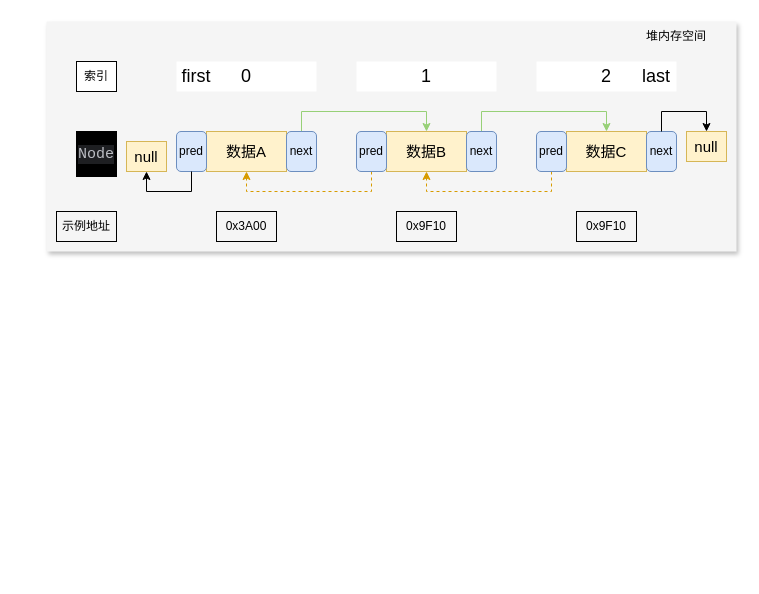
qingyunlyp/resource keeps this draw.io diagram as LinkedList-structure.drawio. Above is the earlier version. Source tidied: cells renumbered, new cells numbered last; positions are measured from the earlier drawing's top-left corner, leaving out a move shared by most shapes. Both pictures are drawn from the tidied source at 100%, with x=0, y=0 at pixel (46, 21).
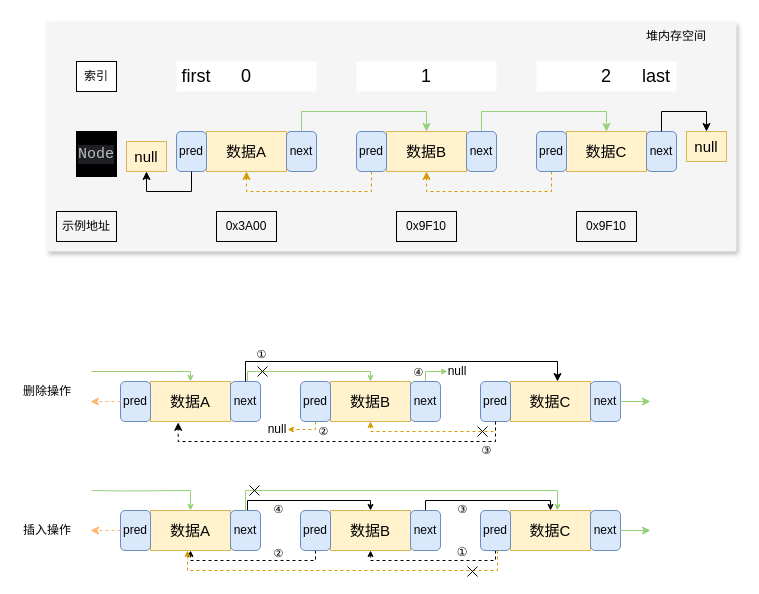
After the change.

The edit, as a diff of the source:
```diff
@@
+    <mxCell id="36" style="edgeStyle=orthogonalEdgeStyle;rounded=0;jettySize=auto;html=1;entryX=0.5;entryY=0;entryDx=0;entryDy=0;strokeColor=#97D077;exitX=0.5;exitY=0;exitDx=0;exitDy=0;strokeWidth=1;endSize=4;" parent="1" edge="1" source="49" target="43">
+      <mxGeometry relative="1" as="geometry">
+        <Array as="points">
+          <mxPoint x="201" y="360" />
+          <mxPoint x="201" y="350" />
+          <mxPoint x="324" y="350" />
+        </Array>
+      </mxGeometry>
+    </mxCell>
+    <mxCell id="37" style="edgeStyle=orthogonalEdgeStyle;rounded=0;jettySize=auto;html=1;strokeColor=#d79b00;dashed=1;exitX=0.5;exitY=1;exitDx=0;exitDy=0;fillColor=#ffe6cc;entryX=1;entryY=0.5;entryDx=0;entryDy=0;endSize=4;" parent="1" edge="1" source="44" target="64">
+      <mxGeometry relative="1" as="geometry">
+        <Array as="points">
+          <mxPoint x="269" y="408" />
+        </Array>
+      </mxGeometry>
+    </mxCell>
+    <mxCell id="38" value="②" style="edgeLabel;html=1;align=center;verticalAlign=middle;" parent="37" vertex="1">
+      <mxGeometry x="-0.67" y="-1" relative="1" as="geometry">
+        <mxPoint x="8" y="3" as="offset" />
+      </mxGeometry>
+    </mxCell>
+    <mxCell id="39" style="edgeStyle=orthogonalEdgeStyle;rounded=0;jettySize=auto;html=1;strokeColor=#97D077;exitX=0.5;exitY=0;exitDx=0;exitDy=0;endSize=4;" parent="1" edge="1" source="45">
+      <mxGeometry relative="1" as="geometry">
+        <mxPoint x="401" y="350" as="targetPoint" />
+        <Array as="points">
+          <mxPoint x="379" y="350" />
+        </Array>
+      </mxGeometry>
+    </mxCell>
+    <mxCell id="40" value="④" style="edgeLabel;html=1;align=center;verticalAlign=middle;" parent="39" vertex="1">
+      <mxGeometry x="-0.04" y="1" relative="1" as="geometry">
+        <mxPoint x="-13" y="1" as="offset" />
+      </mxGeometry>
+    </mxCell>
+    <mxCell id="41" style="edgeStyle=orthogonalEdgeStyle;rounded=0;jettySize=auto;html=1;entryX=0.5;entryY=1;entryDx=0;entryDy=0;strokeColor=#d79b00;dashed=1;exitX=0.5;exitY=1;exitDx=0;exitDy=0;fillColor=#ffe6cc;endSize=4;" parent="1" edge="1" source="52" target="43">
+      <mxGeometry relative="1" as="geometry">
+        <Array as="points">
+          <mxPoint x="449" y="410" />
+          <mxPoint x="324" y="410" />
+        </Array>
+      </mxGeometry>
+    </mxCell>
+    <mxCell id="42" style="group;fontSize=18;" parent="1" vertex="1">
+      <mxGeometry x="254" y="360" width="140" height="40" as="geometry" />
+    </mxCell>
+    <mxCell id="43" value="&lt;font style=&quot;font-size: 15px;&quot;&gt;数据B&lt;/font&gt;" style="rounded=0;whiteSpace=wrap;html=1;fillColor=#fff2cc;strokeColor=#d6b656;" parent="42" vertex="1">
+      <mxGeometry x="30" width="80" height="40" as="geometry" />
+    </mxCell>
+    <mxCell id="44" value="pred" style="rounded=1;whiteSpace=wrap;html=1;fillColor=#dae8fc;strokeColor=#6c8ebf;" parent="42" vertex="1">
+      <mxGeometry width="30" height="40" as="geometry" />
+    </mxCell>
+    <mxCell id="45" value="next" style="rounded=1;whiteSpace=wrap;html=1;fillColor=#dae8fc;strokeColor=#6c8ebf;" parent="42" vertex="1">
+      <mxGeometry x="110" width="30" height="40" as="geometry" />
+    </mxCell>
+    <mxCell id="46" style="group;fontSize=18;" parent="1" vertex="1">
+      <mxGeometry x="74" y="360" width="140" height="40" as="geometry" />
+    </mxCell>
+    <mxCell id="47" value="&lt;font style=&quot;font-size: 15px;&quot;&gt;数据A&lt;/font&gt;" style="rounded=0;whiteSpace=wrap;html=1;fillColor=#fff2cc;strokeColor=#d6b656;" parent="46" vertex="1">
+      <mxGeometry x="30" width="80" height="40" as="geometry" />
+    </mxCell>
+    <mxCell id="48" value="pred" style="rounded=1;whiteSpace=wrap;html=1;fillColor=#dae8fc;strokeColor=#6c8ebf;" parent="46" vertex="1">
+      <mxGeometry width="30" height="40" as="geometry" />
+    </mxCell>
+    <mxCell id="49" value="next" style="rounded=1;whiteSpace=wrap;html=1;fillColor=#dae8fc;strokeColor=#6c8ebf;" parent="46" vertex="1">
+      <mxGeometry x="110" width="30" height="40" as="geometry" />
+    </mxCell>
+    <mxCell id="50" style="group;fontSize=18;" parent="1" vertex="1">
+      <mxGeometry x="434" y="360" width="140" height="40" as="geometry" />
+    </mxCell>
+    <mxCell id="51" value="&lt;font style=&quot;font-size: 15px;&quot;&gt;数据C&lt;/font&gt;" style="rounded=0;whiteSpace=wrap;html=1;fillColor=#fff2cc;strokeColor=#d6b656;" parent="50" vertex="1">
+      <mxGeometry x="30" width="80" height="40" as="geometry" />
+    </mxCell>
+    <mxCell id="52" value="pred" style="rounded=1;whiteSpace=wrap;html=1;fillColor=#dae8fc;strokeColor=#6c8ebf;" parent="50" vertex="1">
+      <mxGeometry width="30" height="40" as="geometry" />
+    </mxCell>
+    <mxCell id="53" value="next" style="rounded=1;whiteSpace=wrap;html=1;fillColor=#dae8fc;strokeColor=#6c8ebf;" parent="50" vertex="1">
+      <mxGeometry x="110" width="30" height="40" as="geometry" />
+    </mxCell>
+    <mxCell id="54" style="edgeStyle=orthogonalEdgeStyle;rounded=0;jettySize=auto;html=1;strokeColor=#97D077;" parent="1" edge="1" source="53">
+      <mxGeometry relative="1" as="geometry">
+        <mxPoint x="604" y="380" as="targetPoint" />
+        <Array as="points">
+          <mxPoint x="604" y="380" />
+        </Array>
+      </mxGeometry>
+    </mxCell>
+    <mxCell id="55" style="edgeStyle=orthogonalEdgeStyle;rounded=0;jettySize=auto;html=1;exitX=0;exitY=0.5;exitDx=0;exitDy=0;dashed=1;strokeColor=#FFB570;" parent="1" edge="1" source="48">
+      <mxGeometry relative="1" as="geometry">
+        <mxPoint x="44" y="380" as="targetPoint" />
+      </mxGeometry>
+    </mxCell>
+    <mxCell id="56" style="edgeStyle=orthogonalEdgeStyle;rounded=0;jettySize=auto;html=1;entryX=0.5;entryY=0;entryDx=0;entryDy=0;strokeColor=#97D077;endSize=4;" parent="1" edge="1" target="47">
+      <mxGeometry relative="1" as="geometry">
+        <mxPoint x="45" y="350" as="sourcePoint" />
+        <Array as="points">
+          <mxPoint x="45" y="350" />
+          <mxPoint x="144" y="350" />
+        </Array>
+      </mxGeometry>
+    </mxCell>
+    <mxCell id="57" style="edgeStyle=orthogonalEdgeStyle;rounded=0;orthogonalLoop=1;jettySize=auto;html=1;" parent="1" edge="1">
+      <mxGeometry relative="1" as="geometry">
+        <mxPoint x="199" y="360" as="sourcePoint" />
+        <mxPoint x="511" y="360" as="targetPoint" />
+        <Array as="points">
+          <mxPoint x="199" y="350" />
+          <mxPoint x="199" y="350" />
+          <mxPoint x="199" y="340" />
+          <mxPoint x="511" y="340" />
+        </Array>
+      </mxGeometry>
+    </mxCell>
+    <mxCell id="58" value="①" style="edgeLabel;html=1;align=center;verticalAlign=middle;" parent="57" vertex="1">
+      <mxGeometry x="-0.28" y="1" relative="1" as="geometry">
+        <mxPoint x="-92" y="-7" as="offset" />
+      </mxGeometry>
+    </mxCell>
+    <mxCell id="59" style="edgeStyle=orthogonalEdgeStyle;rounded=0;jettySize=auto;html=1;entryX=0.346;entryY=1.021;entryDx=0;entryDy=0;entryPerimeter=0;exitX=0.5;exitY=1;exitDx=0;exitDy=0;dashed=1;" parent="1" edge="1" source="52" target="47">
+      <mxGeometry relative="1" as="geometry">
+        <Array as="points">
+          <mxPoint x="449" y="420" />
+          <mxPoint x="132" y="420" />
+        </Array>
+      </mxGeometry>
+    </mxCell>
+    <mxCell id="60" value="③" style="edgeLabel;html=1;align=center;verticalAlign=middle;" parent="59" vertex="1">
+      <mxGeometry x="-0.65" y="1" relative="1" as="geometry">
+        <mxPoint x="32" y="7" as="offset" />
+      </mxGeometry>
+    </mxCell>
+    <mxCell id="61" value="删除操作" style="text;html=1;whiteSpace=wrap;strokeColor=none;fillColor=none;align=center;verticalAlign=middle;rounded=0;" parent="1" vertex="1">
+      <mxGeometry x="-29" y="355" width="60" height="30" as="geometry" />
+    </mxCell>
+    <mxCell id="62" value="null" style="text;html=1;whiteSpace=wrap;strokeColor=none;fillColor=none;align=center;verticalAlign=middle;rounded=0;" parent="1" vertex="1">
+      <mxGeometry x="401" y="345" width="20" height="10" as="geometry" />
+    </mxCell>
+    <mxCell id="63" style="shape=umlDestroy;html=1;" parent="1" vertex="1">
+      <mxGeometry x="211" y="345" width="10" height="10" as="geometry" />
+    </mxCell>
+    <mxCell id="64" value="null" style="text;html=1;whiteSpace=wrap;strokeColor=none;fillColor=none;align=center;verticalAlign=middle;rounded=0;" parent="1" vertex="1">
+      <mxGeometry x="221" y="403" width="20" height="10" as="geometry" />
+    </mxCell>
+    <mxCell id="65" style="shape=umlDestroy;html=1;" parent="1" vertex="1">
+      <mxGeometry x="431" y="405" width="10" height="10" as="geometry" />
+    </mxCell>
+    <mxCell id="66" style="edgeStyle=orthogonalEdgeStyle;rounded=0;jettySize=auto;html=1;entryX=0.5;entryY=0;entryDx=0;entryDy=0;strokeColor=#000000;exitX=0.5;exitY=0;exitDx=0;exitDy=0;endSize=4;" parent="1" edge="1" source="80" target="74">
+      <mxGeometry relative="1" as="geometry">
+        <Array as="points">
+          <mxPoint x="201" y="489" />
+          <mxPoint x="201" y="479" />
+          <mxPoint x="324" y="479" />
+        </Array>
+      </mxGeometry>
+    </mxCell>
+    <mxCell id="67" value="④" style="edgeLabel;html=1;align=center;verticalAlign=middle;" parent="66" vertex="1">
+      <mxGeometry x="-0.3" relative="1" as="geometry">
+        <mxPoint x="-9" y="8" as="offset" />
+      </mxGeometry>
+    </mxCell>
+    <mxCell id="68" style="edgeStyle=orthogonalEdgeStyle;rounded=0;jettySize=auto;html=1;entryX=0.5;entryY=1;entryDx=0;entryDy=0;strokeColor=#000000;dashed=1;exitX=0.5;exitY=1;exitDx=0;exitDy=0;fillColor=#ffe6cc;endSize=4;" parent="1" edge="1" source="75" target="78">
+      <mxGeometry relative="1" as="geometry">
+        <Array as="points">
+          <mxPoint x="269" y="539" />
+          <mxPoint x="144" y="539" />
+        </Array>
+      </mxGeometry>
+    </mxCell>
+    <mxCell id="69" value="②" style="edgeLabel;html=1;align=center;verticalAlign=middle;" parent="68" vertex="1">
+      <mxGeometry x="-0.22" y="-1" relative="1" as="geometry">
+        <mxPoint x="9" y="-7" as="offset" />
+      </mxGeometry>
+    </mxCell>
+    <mxCell id="70" style="edgeStyle=orthogonalEdgeStyle;rounded=0;jettySize=auto;html=1;entryX=0.5;entryY=0;entryDx=0;entryDy=0;strokeColor=#000000;exitX=0.5;exitY=0;exitDx=0;exitDy=0;endSize=4;" parent="1" edge="1" source="76" target="82">
+      <mxGeometry relative="1" as="geometry">
+        <Array as="points">
+          <mxPoint x="379" y="479" />
+          <mxPoint x="504" y="479" />
+        </Array>
+      </mxGeometry>
+    </mxCell>
+    <mxCell id="71" value="③" style="edgeLabel;html=1;align=center;verticalAlign=middle;" parent="70" vertex="1">
+      <mxGeometry x="-0.37" y="1" relative="1" as="geometry">
+        <mxPoint y="9" as="offset" />
+      </mxGeometry>
+    </mxCell>
+    <mxCell id="72" style="edgeStyle=orthogonalEdgeStyle;rounded=0;jettySize=auto;html=1;entryX=0.5;entryY=1;entryDx=0;entryDy=0;strokeColor=#000000;dashed=1;exitX=0.5;exitY=1;exitDx=0;exitDy=0;fillColor=#ffe6cc;endSize=4;" parent="1" edge="1" source="83" target="74">
+      <mxGeometry relative="1" as="geometry">
+        <Array as="points">
+          <mxPoint x="449" y="539" />
+          <mxPoint x="324" y="539" />
+        </Array>
+      </mxGeometry>
+    </mxCell>
+    <mxCell id="73" style="group;fontSize=18;" parent="1" vertex="1">
+      <mxGeometry x="254" y="489" width="140" height="40" as="geometry" />
+    </mxCell>
+    <mxCell id="74" value="&lt;font style=&quot;font-size: 15px;&quot;&gt;数据B&lt;/font&gt;" style="rounded=0;whiteSpace=wrap;html=1;fillColor=#fff2cc;strokeColor=#d6b656;" parent="73" vertex="1">
+      <mxGeometry x="30" width="80" height="40" as="geometry" />
+    </mxCell>
+    <mxCell id="75" value="pred" style="rounded=1;whiteSpace=wrap;html=1;fillColor=#dae8fc;strokeColor=#6c8ebf;" parent="73" vertex="1">
+      <mxGeometry width="30" height="40" as="geometry" />
+    </mxCell>
+    <mxCell id="76" value="next" style="rounded=1;whiteSpace=wrap;html=1;fillColor=#dae8fc;strokeColor=#6c8ebf;" parent="73" vertex="1">
+      <mxGeometry x="110" width="30" height="40" as="geometry" />
+    </mxCell>
+    <mxCell id="77" style="group;fontSize=18;" parent="1" vertex="1">
+      <mxGeometry x="74" y="489" width="140" height="40" as="geometry" />
+    </mxCell>
+    <mxCell id="78" value="&lt;font style=&quot;font-size: 15px;&quot;&gt;数据A&lt;/font&gt;" style="rounded=0;whiteSpace=wrap;html=1;fillColor=#fff2cc;strokeColor=#d6b656;" parent="77" vertex="1">
+      <mxGeometry x="30" width="80" height="40" as="geometry" />
+    </mxCell>
+    <mxCell id="79" value="pred" style="rounded=1;whiteSpace=wrap;html=1;fillColor=#dae8fc;strokeColor=#6c8ebf;" parent="77" vertex="1">
+      <mxGeometry width="30" height="40" as="geometry" />
+    </mxCell>
+    <mxCell id="80" value="next" style="rounded=1;whiteSpace=wrap;html=1;fillColor=#dae8fc;strokeColor=#6c8ebf;" parent="77" vertex="1">
+      <mxGeometry x="110" width="30" height="40" as="geometry" />
+    </mxCell>
+    <mxCell id="81" style="group;fontSize=18;" parent="1" vertex="1">
+      <mxGeometry x="434" y="489" width="140" height="40" as="geometry" />
+    </mxCell>
+    <mxCell id="82" value="&lt;font style=&quot;font-size: 15px;&quot;&gt;数据C&lt;/font&gt;" style="rounded=0;whiteSpace=wrap;html=1;fillColor=#fff2cc;strokeColor=#d6b656;" parent="81" vertex="1">
+      <mxGeometry x="30" width="80" height="40" as="geometry" />
+    </mxCell>
+    <mxCell id="83" value="pred" style="rounded=1;whiteSpace=wrap;html=1;fillColor=#dae8fc;strokeColor=#6c8ebf;" parent="81" vertex="1">
+      <mxGeometry width="30" height="40" as="geometry" />
+    </mxCell>
+    <mxCell id="84" value="next" style="rounded=1;whiteSpace=wrap;html=1;fillColor=#dae8fc;strokeColor=#6c8ebf;" parent="81" vertex="1">
+      <mxGeometry x="110" width="30" height="40" as="geometry" />
+    </mxCell>
+    <mxCell id="85" style="edgeStyle=orthogonalEdgeStyle;rounded=0;jettySize=auto;html=1;strokeColor=#97D077;" parent="1" edge="1" source="84">
+      <mxGeometry relative="1" as="geometry">
+        <mxPoint x="604" y="509" as="targetPoint" />
+        <Array as="points">
+          <mxPoint x="604" y="509" />
+        </Array>
+      </mxGeometry>
+    </mxCell>
+    <mxCell id="86" style="edgeStyle=orthogonalEdgeStyle;rounded=0;jettySize=auto;html=1;exitX=0;exitY=0.5;exitDx=0;exitDy=0;dashed=1;strokeColor=#FFB570;" parent="1" edge="1" source="79">
+      <mxGeometry relative="1" as="geometry">
+        <mxPoint x="44" y="509" as="targetPoint" />
+      </mxGeometry>
+    </mxCell>
+    <mxCell id="87" style="edgeStyle=orthogonalEdgeStyle;rounded=0;jettySize=auto;html=1;entryX=0.5;entryY=0;entryDx=0;entryDy=0;strokeColor=#97D077;endSize=4;" parent="1" edge="1" target="78">
+      <mxGeometry relative="1" as="geometry">
+        <mxPoint x="45" y="469" as="sourcePoint" />
+      </mxGeometry>
+    </mxCell>
+    <mxCell id="88" style="edgeStyle=orthogonalEdgeStyle;rounded=0;jettySize=auto;html=1;exitX=0.5;exitY=0;exitDx=0;exitDy=0;strokeColor=#97D077;endSize=4;" parent="1" edge="1" source="80">
+      <mxGeometry relative="1" as="geometry">
+        <mxPoint x="511" y="489" as="targetPoint" />
+        <Array as="points">
+          <mxPoint x="199" y="469" />
+          <mxPoint x="511" y="469" />
+        </Array>
+      </mxGeometry>
+    </mxCell>
+    <mxCell id="89" style="edgeStyle=orthogonalEdgeStyle;rounded=0;orthogonalLoop=1;jettySize=auto;html=1;entryX=0.5;entryY=1;entryDx=0;entryDy=0;strokeColor=#d79b00;dashed=1;fillColor=#ffe6cc;endSize=4;" parent="1" edge="1">
+      <mxGeometry relative="1" as="geometry">
+        <mxPoint x="451" y="529" as="sourcePoint" />
+        <mxPoint x="141" y="529" as="targetPoint" />
+        <Array as="points">
+          <mxPoint x="451" y="529" />
+          <mxPoint x="451" y="549" />
+          <mxPoint x="141" y="549" />
+        </Array>
+      </mxGeometry>
+    </mxCell>
+    <mxCell id="90" style="shape=umlDestroy;html=1;" parent="1" vertex="1">
+      <mxGeometry x="203" y="464" width="10" height="10" as="geometry" />
+    </mxCell>
+    <mxCell id="91" style="shape=umlDestroy;html=1;" parent="1" vertex="1">
+      <mxGeometry x="421" y="545" width="10" height="10" as="geometry" />
+    </mxCell>
+    <mxCell id="92" value="①" style="text;html=1;whiteSpace=wrap;strokeColor=none;fillColor=none;align=center;verticalAlign=middle;rounded=0;" parent="1" vertex="1">
+      <mxGeometry x="411" y="526" width="10" height="10" as="geometry" />
+    </mxCell>
+    <mxCell id="93" value="插入操作" style="text;html=1;whiteSpace=wrap;strokeColor=none;fillColor=none;align=center;verticalAlign=middle;rounded=0;" parent="1" vertex="1">
+      <mxGeometry x="-29" y="494" width="60" height="30" as="geometry" />
+    </mxCell>
```
